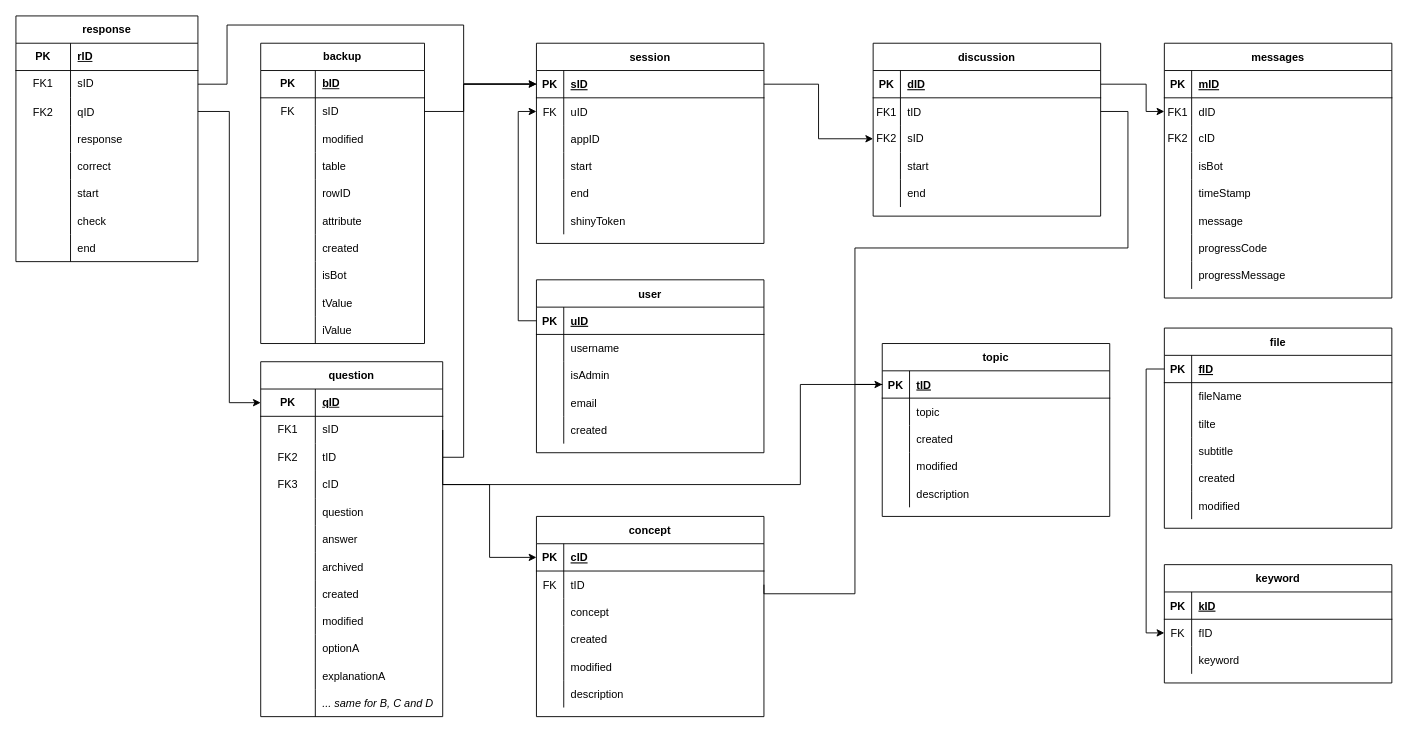
Above: ACCORNS/appDB/schema.drawio in pieterjanvc/HOLLOW-TREE (draw.io), before the change. Source tidied: cells renumbered, new cells numbered last; positions are measured from the earlier drawing's top-left corner, leaving out a move shared by most shapes. Both pictures are drawn from the tidied source at 91%, with x=0, y=0 at pixel (15, 15).
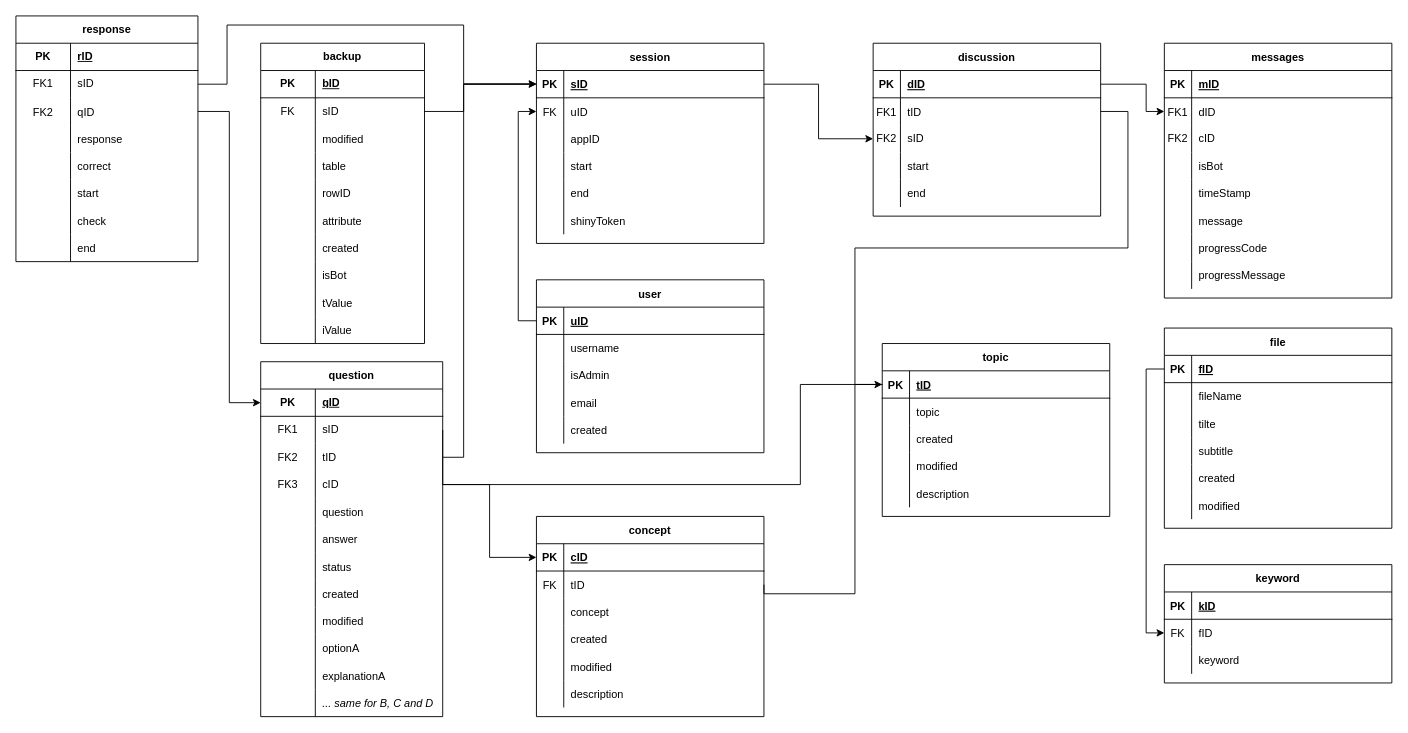
After the change.

Unchanged cells that the change refers to:
```xml
<mxCell id="166" style="shape=tableRow;horizontal=0;startSize=0;swimlaneHead=0;swimlaneBody=0;fillColor=none;top=0;left=0;right=0;bottom=0;" parent="147" vertex="1">
  <mxGeometry y="210" width="200" height="30" as="geometry" />
</mxCell>
```

What changed in the source:
```diff
@@
-    <mxCell id="168" value="archived" style="shape=partialRectangle;fillColor=none;top=0;left=0;bottom=0;right=0;align=left;spacingLeft=6;overflow=hidden;" parent="166" vertex="1">
+    <mxCell id="168" value="status" style="shape=partialRectangle;fillColor=none;top=0;left=0;bottom=0;right=0;align=left;spacingLeft=6;overflow=hidden;" parent="166" vertex="1">
       <mxGeometry x="60" width="140" height="30" as="geometry" />
     </mxCell>
```
